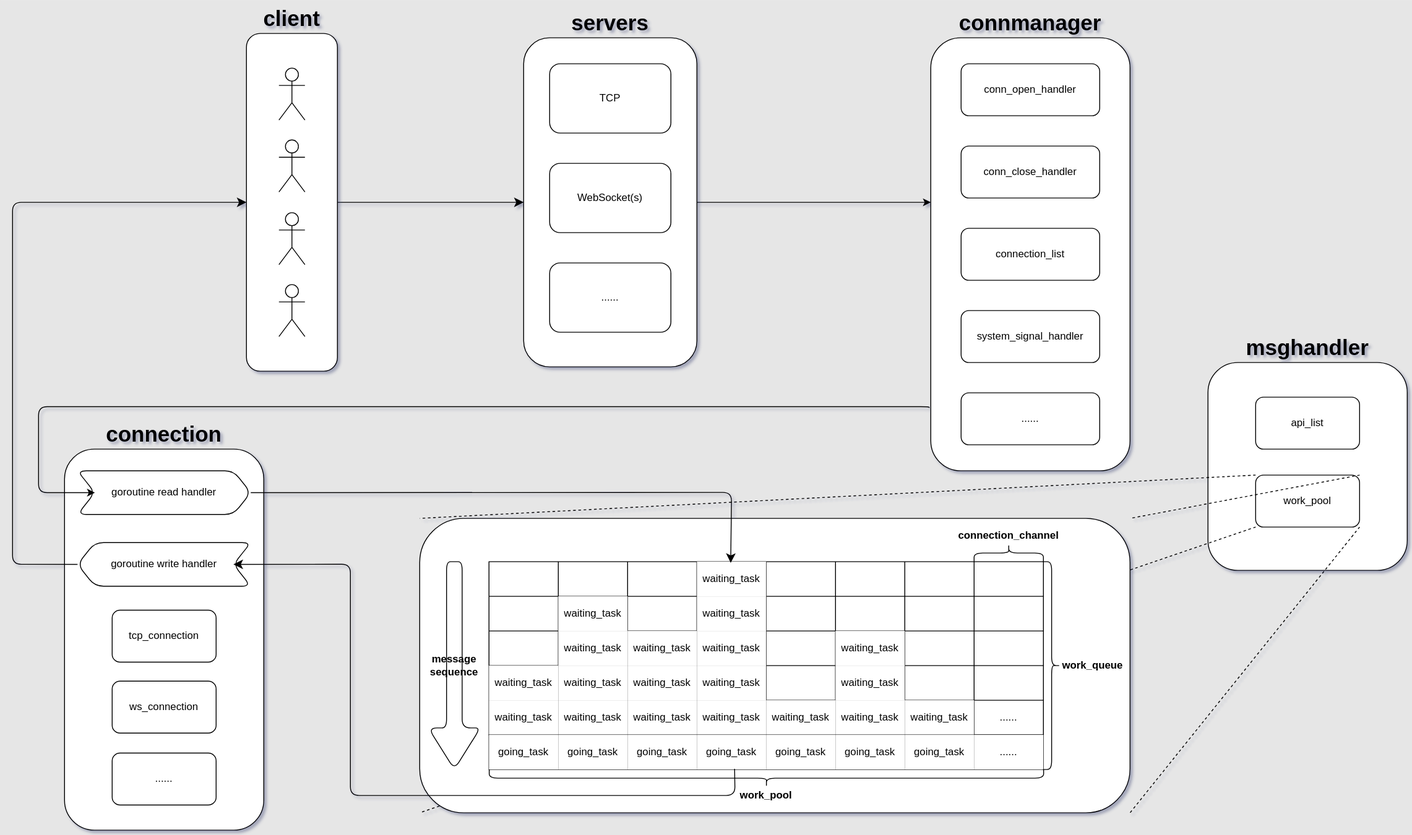
Before: assets/DesignDiagram.drawio.svg, a diagram exported from draw.io (451008604/nets). Source tidied: cells renumbered, new cells last; positions are measured from the earlier drawing's top-left corner, leaving out a move shared by most shapes.
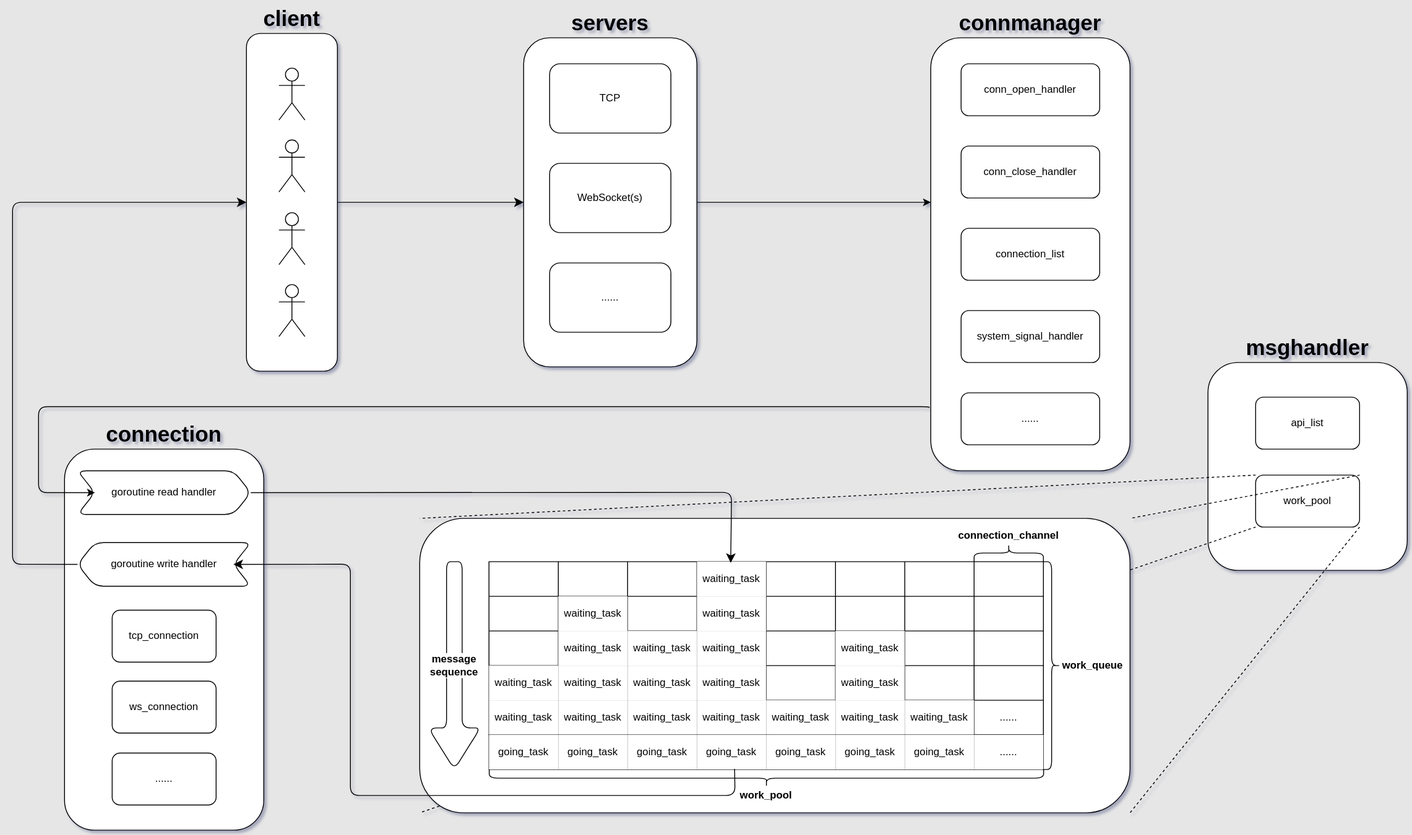
After the commit.

The edit, as a diff of the source:
```diff
@@ -208,7 +208,7 @@
     <mxCell id="69" value="work_queue" style="shape=curlyBracket;whiteSpace=wrap;html=1;rounded=1;flipH=1;labelPosition=right;verticalLabelPosition=middle;align=left;verticalAlign=middle;hachureGap=4;fontStyle=1;shadow=0;swimlaneFillColor=none;swimlaneLine=1;labelBackgroundColor=none;" parent="11" vertex="1">
       <mxGeometry x="719.5" y="50" width="20" height="240" as="geometry" />
     </mxCell>
-    <mxCell id="70" value="message sequence" style="shape=singleArrow;direction=south;html=1;hachureGap=4;shadow=0;labelBackgroundColor=none;labelBorderColor=none;fontStyle=1;whiteSpace=wrap;swimlaneFillColor=none;swimlaneLine=1;rounded=1;" parent="11" vertex="1">
+    <mxCell id="70" value="message sequence" style="shape=singleArrow;direction=south;html=1;hachureGap=4;shadow=0;labelBackgroundColor=default;labelBorderColor=none;fontStyle=1;whiteSpace=wrap;swimlaneFillColor=none;swimlaneLine=1;rounded=1;" parent="11" vertex="1">
       <mxGeometry x="10" y="50" width="60" height="240" as="geometry" />
     </mxCell>
     <mxCell id="71" value="connection_channel" style="shape=curlyBracket;whiteSpace=wrap;html=1;rounded=1;labelPosition=center;verticalLabelPosition=middle;align=center;verticalAlign=middle;hachureGap=4;rotation=90;horizontal=0;spacingLeft=0;spacingRight=0;spacingTop=0;spacingBottom=40;fontStyle=1;shadow=0;swimlaneFillColor=none;swimlaneLine=1;labelBackgroundColor=none;" parent="11" vertex="1">
```
